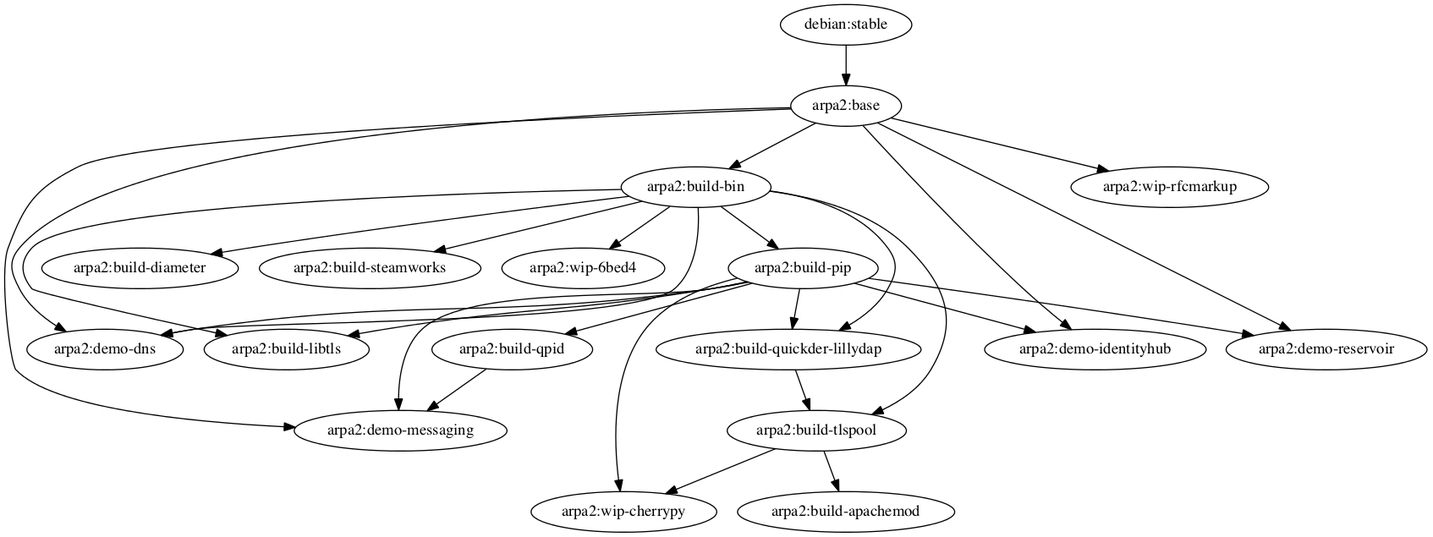
Above: deps.png in timkuijsten/docker-demo (Graphviz), before the change. Its source is kept beside it as deps.dot.
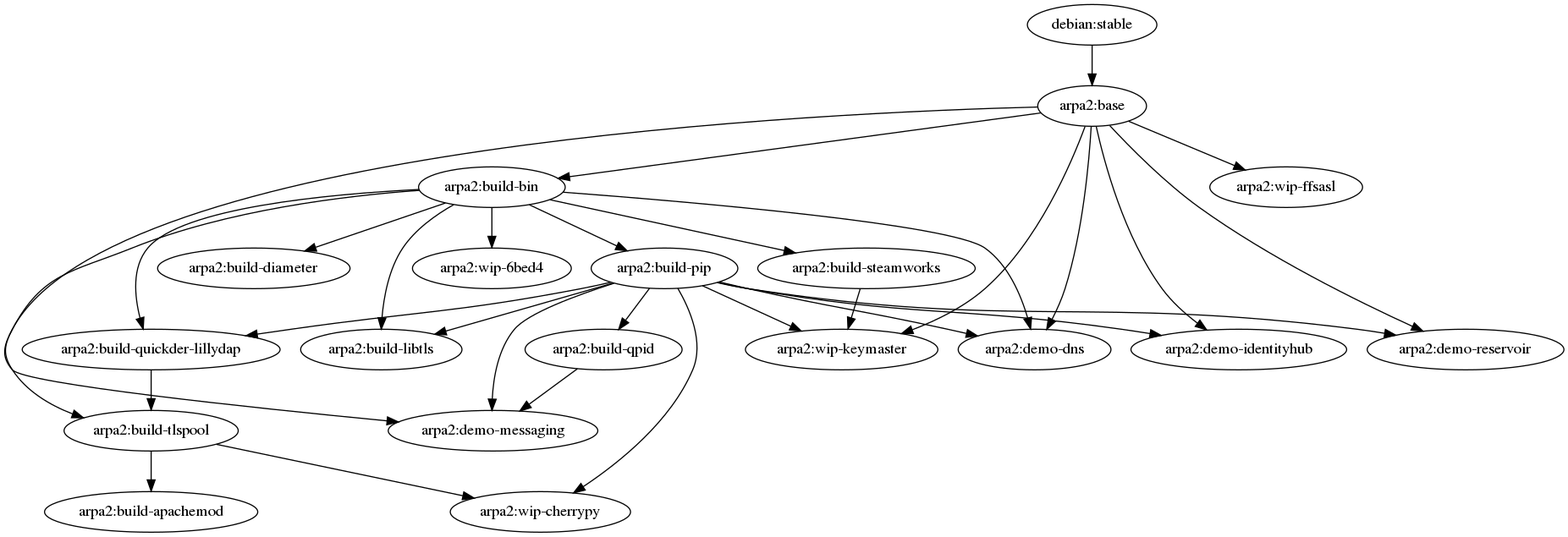
The same file after the commit.

The edit, as a diff of the source:
```diff
@@ -25,5 +25,8 @@
    "arpa2:build-bin" -> "arpa2:wip-6bed4"
    "arpa2:build-pip" -> "arpa2:wip-cherrypy"
    "arpa2:build-tlspool" -> "arpa2:wip-cherrypy"
-   "arpa2:base" -> "arpa2:wip-rfcmarkup"
+   "arpa2:base" -> "arpa2:wip-ffsasl"
+   "arpa2:build-steamworks" -> "arpa2:wip-keymaster"
+   "arpa2:build-pip" -> "arpa2:wip-keymaster"
+   "arpa2:base" -> "arpa2:wip-keymaster"
 }
```
